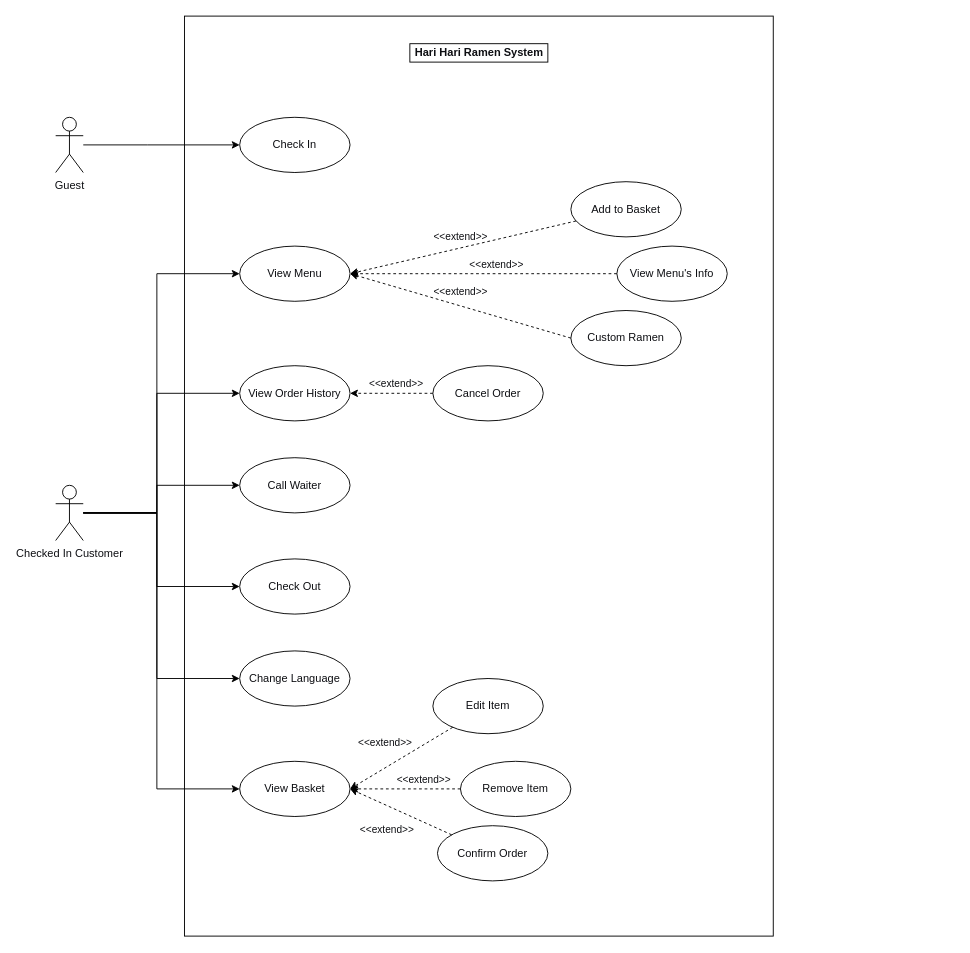
The draw.io diagram page "Use Case Diagram" (3 of 3) of Document/Design Diagram.drawio in PiriyaDEV/harihari-ramen, before the edit. Source tidied: cells renumbered, new cells numbered last; positions are measured from the earlier drawing's top-left corner, leaving out a move shared by most shapes. Both pictures are drawn from the tidied source at 92%, with x=0, y=0 at pixel (55, 16).
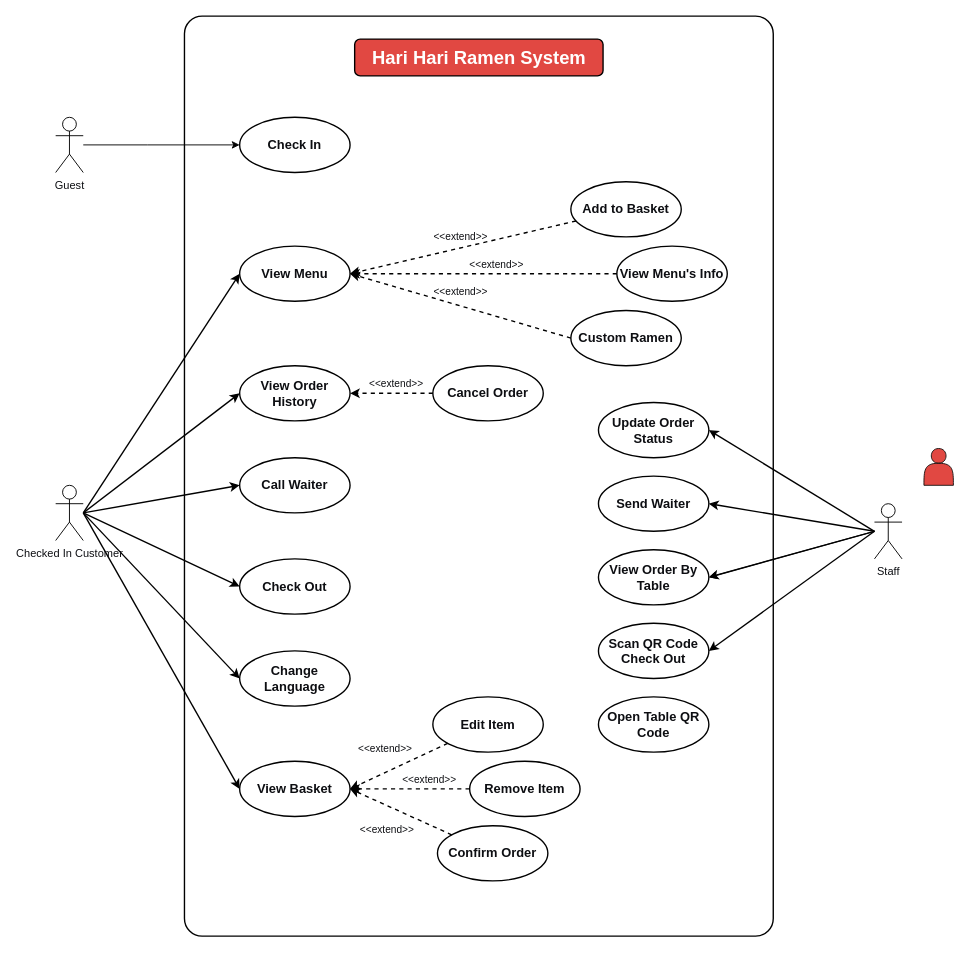
The same diagram, later.

Commit message (it also covers changes not shown here):
Add staff use cases

Unchanged cells that the change refers to:
```xml
<mxCell id="9" value="Checked In Customer" style="shape=umlActor;verticalLabelPosition=bottom;verticalAlign=top;html=1;strokeColor=#000000;fontColor=#0D0E12;" parent="1" vertex="1">
  <mxGeometry y="510" width="30" height="60" as="geometry" />
</mxCell>
```

What changed in the source:
```diff
@@
-<mxGraphModel>
+<mxGraphModel background="#ffffff">
@@
-    <mxCell id="2" style="html=1;fillColor=#FFFFFF;strokeColor=#000000;fontColor=#0D0E12;" parent="1" vertex="1">
+    <mxCell id="2" style="html=1;fillColor=#FFFFFF;strokeColor=#000000;fontColor=#0D0E12;imageWidth=24;rounded=1;arcSize=3;strokeWidth=1.5;" parent="1" vertex="1">
       <mxGeometry x="140" width="640" height="1000" as="geometry" />
     </mxCell>
-    <mxCell id="3" style="edgeStyle=orthogonalEdgeStyle;rounded=0;jettySize=auto;html=1;entryX=0;entryY=0.5;entryDx=0;entryDy=0;strokeColor=#000000;fontColor=#0D0E12;" parent="1" edge="1" source="9" target="13">
+    <mxCell id="3" style="rounded=0;jettySize=auto;html=1;entryX=0;entryY=0.5;entryDx=0;entryDy=0;strokeColor=#000000;fontColor=#0D0E12;strokeWidth=1.5;" parent="1" edge="1" target="13">
       <mxGeometry relative="1" as="geometry">
-        <Array as="points">
-          <mxPoint x="110" y="540" />
-          <mxPoint x="110" y="280" />
-        </Array>
+        <mxPoint x="30" y="540" as="sourcePoint" />
       </mxGeometry>
     </mxCell>
-    <mxCell id="4" style="edgeStyle=orthogonalEdgeStyle;rounded=0;jettySize=auto;html=1;entryX=0;entryY=0.5;entryDx=0;entryDy=0;strokeColor=#000000;fontColor=#0D0E12;" parent="1" edge="1" source="9" target="12">
+    <mxCell id="4" style="rounded=0;jettySize=auto;html=1;entryX=0;entryY=0.5;entryDx=0;entryDy=0;strokeColor=#000000;fontColor=#0D0E12;strokeWidth=1.5;" parent="1" edge="1" target="12">
       <mxGeometry relative="1" as="geometry">
-        <Array as="points">
-          <mxPoint x="110" y="540" />
-          <mxPoint x="110" y="410" />
-        </Array>
+        <mxPoint x="30" y="540" as="sourcePoint" />
       </mxGeometry>
     </mxCell>
-    <mxCell id="5" style="edgeStyle=orthogonalEdgeStyle;rounded=0;jettySize=auto;html=1;entryX=0;entryY=0.5;entryDx=0;entryDy=0;strokeColor=#000000;fontColor=#0D0E12;" parent="1" edge="1" source="9" target="11">
-      <mxGeometry relative="1" as="geometry">
-        <Array as="points">
-          <mxPoint x="110" y="540" />
-          <mxPoint x="110" y="510" />
-        </Array>
-      </mxGeometry>
-    </mxCell>
-    <mxCell id="6" style="edgeStyle=orthogonalEdgeStyle;rounded=0;jettySize=auto;html=1;entryX=0;entryY=0.5;entryDx=0;entryDy=0;strokeColor=#000000;fontColor=#0D0E12;" parent="1" edge="1" source="9" target="14">
+    <mxCell id="6" style="rounded=0;jettySize=auto;html=1;entryX=0;entryY=0.5;entryDx=0;entryDy=0;strokeColor=#000000;fontColor=#0D0E12;strokeWidth=1.5;" parent="1" edge="1" target="14">
       <mxGeometry relative="1" as="geometry">
-        <Array as="points">
-          <mxPoint x="110" y="540" />
-          <mxPoint x="110" y="620" />
-        </Array>
+        <mxPoint x="30" y="540" as="sourcePoint" />
       </mxGeometry>
     </mxCell>
-    <mxCell id="7" style="edgeStyle=orthogonalEdgeStyle;rounded=0;jettySize=auto;html=1;entryX=0;entryY=0.5;entryDx=0;entryDy=0;strokeColor=#000000;fontColor=#0D0E12;" parent="1" edge="1" source="9" target="24">
+    <mxCell id="7" style="rounded=0;jettySize=auto;html=1;entryX=0;entryY=0.5;entryDx=0;entryDy=0;strokeColor=#000000;fontColor=#0D0E12;strokeWidth=1.5;" parent="1" edge="1" target="24">
       <mxGeometry relative="1" as="geometry">
-        <Array as="points">
-          <mxPoint x="110" y="540" />
-          <mxPoint x="110" y="720" />
-        </Array>
+        <mxPoint x="30" y="540" as="sourcePoint" />
       </mxGeometry>
     </mxCell>
-    <mxCell id="8" style="edgeStyle=orthogonalEdgeStyle;rounded=0;jettySize=auto;html=1;entryX=0;entryY=0.5;entryDx=0;entryDy=0;strokeColor=#000000;fontColor=#0D0E12;" parent="1" edge="1" source="9" target="25">
+    <mxCell id="8" style="rounded=0;jettySize=auto;html=1;entryX=0;entryY=0.5;entryDx=0;entryDy=0;strokeColor=#000000;fontColor=#0D0E12;strokeWidth=1.5;" parent="1" edge="1" target="25">
       <mxGeometry relative="1" as="geometry">
-        <Array as="points">
-          <mxPoint x="110" y="540" />
-          <mxPoint x="110" y="840" />
-        </Array>
+        <mxPoint x="30" y="540" as="sourcePoint" />
       </mxGeometry>
     </mxCell>
+    <mxCell id="34" style="edgeStyle=none;html=1;strokeColor=#000000;entryX=0;entryY=0.5;entryDx=0;entryDy=0;strokeWidth=1.5;" parent="1" edge="1" target="11">
+      <mxGeometry relative="1" as="geometry">
+        <mxPoint x="30" y="540" as="sourcePoint" />
+      </mxGeometry>
+    </mxCell>
@@
-    <mxCell id="10" value="Check In" style="ellipse;whiteSpace=wrap;html=1;strokeColor=#000000;fontColor=#0D0E12;fillColor=none;" parent="1" vertex="1">
+    <mxCell id="10" value="Check In" style="ellipse;whiteSpace=wrap;html=1;strokeColor=#000000;fontColor=#0D0E12;fillColor=none;fontSize=14;fontStyle=1;strokeWidth=1.5;" parent="1" vertex="1">
       <mxGeometry x="200" y="110" width="120" height="60" as="geometry" />
     </mxCell>
-    <mxCell id="11" value="Call Waiter" style="ellipse;whiteSpace=wrap;html=1;strokeColor=#000000;fontColor=#0D0E12;fillColor=none;" parent="1" vertex="1">
+    <mxCell id="11" value="Call Waiter" style="ellipse;whiteSpace=wrap;html=1;strokeColor=#000000;fontColor=#0D0E12;fillColor=none;strokeWidth=1.5;fontStyle=1;fontSize=14;" parent="1" vertex="1">
       <mxGeometry x="200" y="480" width="120" height="60" as="geometry" />
     </mxCell>
-    <mxCell id="12" value="View Order History" style="ellipse;whiteSpace=wrap;html=1;strokeColor=#000000;fontColor=#0D0E12;fillColor=none;" parent="1" vertex="1">
+    <mxCell id="12" value="View Order History" style="ellipse;whiteSpace=wrap;html=1;strokeColor=#000000;fontColor=#0D0E12;fillColor=none;fontSize=14;fontStyle=1;strokeWidth=1.5;" parent="1" vertex="1">
       <mxGeometry x="200" y="380" width="120" height="60" as="geometry" />
     </mxCell>
-    <mxCell id="13" value="View Menu" style="ellipse;whiteSpace=wrap;html=1;strokeColor=#000000;fontColor=#0D0E12;fillColor=none;" parent="1" vertex="1">
+    <mxCell id="13" value="View Menu" style="ellipse;whiteSpace=wrap;html=1;strokeColor=#000000;fontColor=#0D0E12;fillColor=none;fontSize=14;fontStyle=1;strokeWidth=1.5;" parent="1" vertex="1">
       <mxGeometry x="200" y="250" width="120" height="60" as="geometry" />
     </mxCell>
-    <mxCell id="14" value="Check Out" style="ellipse;whiteSpace=wrap;html=1;strokeColor=#000000;fontColor=#0D0E12;fillColor=none;" parent="1" vertex="1">
+    <mxCell id="14" value="Check Out" style="ellipse;whiteSpace=wrap;html=1;strokeColor=#000000;fontColor=#0D0E12;fillColor=none;strokeWidth=1.5;fontStyle=1;fontSize=14;" parent="1" vertex="1">
       <mxGeometry x="200" y="590" width="120" height="60" as="geometry" />
     </mxCell>
-    <mxCell id="15" value="&amp;lt;&amp;lt;extend&amp;gt;&amp;gt;" style="rounded=0;jettySize=auto;html=1;dashed=1;exitX=0;exitY=0.5;exitDx=0;exitDy=0;strokeColor=#000000;fontColor=#0D0E12;labelBackgroundColor=none;" parent="1" edge="1" source="16">
+    <mxCell id="15" value="&amp;lt;&amp;lt;extend&amp;gt;&amp;gt;" style="rounded=0;jettySize=auto;html=1;dashed=1;exitX=0;exitY=0.5;exitDx=0;exitDy=0;strokeColor=#000000;fontColor=#0D0E12;labelBackgroundColor=none;strokeWidth=1.5;" parent="1" edge="1" source="16">
       <mxGeometry x="0.03" y="-14" relative="1" as="geometry">
         <mxPoint x="320" y="280" as="targetPoint" />
       </mxGeometry>
     </mxCell>
-    <mxCell id="16" value="Custom Ramen" style="ellipse;whiteSpace=wrap;html=1;strokeColor=#000000;fontColor=#0D0E12;fillColor=none;" parent="1" vertex="1">
+    <mxCell id="16" value="Custom Ramen" style="ellipse;whiteSpace=wrap;html=1;strokeColor=#000000;fontColor=#0D0E12;fillColor=none;fontSize=14;fontStyle=1;strokeWidth=1.5;" parent="1" vertex="1">
       <mxGeometry x="560" y="320" width="120" height="60" as="geometry" />
     </mxCell>
@@
-    <mxCell id="19" value="&lt;b&gt;Hari Hari Ramen System&lt;/b&gt;" style="text;html=1;align=center;verticalAlign=middle;strokeColor=#000000;fontColor=#0D0E12;" parent="1" vertex="1">
-      <mxGeometry x="385" y="30" width="150" height="20" as="geometry" />
+    <mxCell id="19" value="&lt;b&gt;&lt;font style=&quot;font-size: 20px&quot; color=&quot;#ffffff&quot;&gt;Hari Hari Ramen System&lt;/font&gt;&lt;/b&gt;" style="text;html=1;align=center;verticalAlign=middle;strokeColor=#000000;fontColor=#0D0E12;fillColor=#E14842;rounded=1;strokeWidth=1.5;imageWidth=40;imageHeight=35;spacingTop=7;spacingBottom=7;spacingLeft=10;spacingRight=10;" parent="1" vertex="1">
+      <mxGeometry x="325" y="25" width="270" height="40" as="geometry" />
     </mxCell>
-    <mxCell id="20" value="&amp;lt;&amp;lt;extend&amp;gt;&amp;gt;" style="rounded=0;jettySize=auto;html=1;dashed=1;entryX=1;entryY=0.5;entryDx=0;entryDy=0;strokeColor=#000000;fontColor=#0D0E12;labelBackgroundColor=none;" parent="1" edge="1" source="21" target="13">
+    <mxCell id="20" value="&amp;lt;&amp;lt;extend&amp;gt;&amp;gt;" style="rounded=0;jettySize=auto;html=1;dashed=1;entryX=1;entryY=0.5;entryDx=0;entryDy=0;strokeColor=#000000;fontColor=#0D0E12;labelBackgroundColor=none;strokeWidth=1.5;" parent="1" edge="1" source="21" target="13">
       <mxGeometry y="-12" relative="1" as="geometry" />
     </mxCell>
-    <mxCell id="21" value="Add to Basket" style="ellipse;whiteSpace=wrap;html=1;strokeColor=#000000;fontColor=#0D0E12;fillColor=none;" parent="1" vertex="1">
+    <mxCell id="21" value="&lt;font style=&quot;font-size: 14px&quot;&gt;&lt;b&gt;Add to Basket&lt;/b&gt;&lt;/font&gt;" style="ellipse;whiteSpace=wrap;html=1;strokeColor=#000000;fontColor=#0D0E12;strokeWidth=1.5;fillColor=none;" parent="1" vertex="1">
       <mxGeometry x="560" y="180" width="120" height="60" as="geometry" />
     </mxCell>
-    <mxCell id="22" value="&amp;lt;&amp;lt;extend&amp;gt;&amp;gt;" style="rounded=0;jettySize=auto;html=1;entryX=1;entryY=0.5;entryDx=0;entryDy=0;dashed=1;exitX=0;exitY=0.5;exitDx=0;exitDy=0;edgeStyle=orthogonalEdgeStyle;strokeColor=#000000;fontColor=#0D0E12;labelBackgroundColor=none;" parent="1" edge="1" source="23" target="13">
+    <mxCell id="22" value="&amp;lt;&amp;lt;extend&amp;gt;&amp;gt;" style="rounded=0;jettySize=auto;html=1;entryX=1;entryY=0.5;entryDx=0;entryDy=0;dashed=1;exitX=0;exitY=0.5;exitDx=0;exitDy=0;edgeStyle=orthogonalEdgeStyle;strokeColor=#000000;fontColor=#0D0E12;labelBackgroundColor=none;strokeWidth=1.5;" parent="1" edge="1" source="23" target="13">
       <mxGeometry x="-0.1" y="-10" relative="1" as="geometry" />
     </mxCell>
-    <mxCell id="23" value="View Menu's Info" style="ellipse;whiteSpace=wrap;html=1;strokeColor=#000000;fontColor=#0D0E12;fillColor=none;" parent="1" vertex="1">
+    <mxCell id="23" value="&lt;font style=&quot;font-size: 14px&quot;&gt;&lt;b&gt;View Menu's Info&lt;/b&gt;&lt;/font&gt;" style="ellipse;whiteSpace=wrap;html=1;strokeColor=#000000;fontColor=#0D0E12;fillColor=none;strokeWidth=1.5;" parent="1" vertex="1">
       <mxGeometry x="610" y="250" width="120" height="60" as="geometry" />
     </mxCell>
-    <mxCell id="24" value="Change Language" style="ellipse;whiteSpace=wrap;html=1;strokeColor=#000000;fontColor=#0D0E12;fillColor=none;" parent="1" vertex="1">
+    <mxCell id="24" value="Change Language" style="ellipse;whiteSpace=wrap;html=1;strokeColor=#000000;fontColor=#0D0E12;fillColor=none;strokeWidth=1.5;fontStyle=1;fontSize=14;" parent="1" vertex="1">
       <mxGeometry x="200" y="690" width="120" height="60" as="geometry" />
     </mxCell>
-    <mxCell id="25" value="View Basket" style="ellipse;whiteSpace=wrap;html=1;strokeColor=#000000;fontColor=#0D0E12;fillColor=none;" parent="1" vertex="1">
+    <mxCell id="25" value="View Basket" style="ellipse;whiteSpace=wrap;html=1;strokeColor=#000000;fontColor=#0D0E12;fillColor=none;strokeWidth=1.5;fontStyle=1;fontSize=14;" parent="1" vertex="1">
       <mxGeometry x="200" y="810" width="120" height="60" as="geometry" />
     </mxCell>
-    <mxCell id="26" value="&amp;lt;&amp;lt;extend&amp;gt;&amp;gt;" style="edgeStyle=none;rounded=0;jettySize=auto;html=1;dashed=1;entryX=1;entryY=0.5;entryDx=0;entryDy=0;strokeColor=#000000;fontColor=#0D0E12;labelBackgroundColor=none;" parent="1" edge="1" source="27" target="25">
+    <mxCell id="26" value="&amp;lt;&amp;lt;extend&amp;gt;&amp;gt;" style="edgeStyle=none;rounded=0;jettySize=auto;html=1;dashed=1;entryX=1;entryY=0.5;entryDx=0;entryDy=0;strokeColor=#000000;fontColor=#0D0E12;labelBackgroundColor=none;strokeWidth=1.5;" parent="1" edge="1" source="27" target="25">
       <mxGeometry x="0.1" y="-24" relative="1" as="geometry" />
     </mxCell>
-    <mxCell id="27" value="Edit Item" style="ellipse;whiteSpace=wrap;html=1;strokeColor=#000000;fontColor=#0D0E12;fillColor=none;" parent="1" vertex="1">
-      <mxGeometry x="410" y="720" width="120" height="60" as="geometry" />
+    <mxCell id="27" value="Edit Item" style="ellipse;whiteSpace=wrap;html=1;strokeColor=#000000;fontColor=#0D0E12;fillColor=none;strokeWidth=1.5;fontStyle=1;fontSize=14;" parent="1" vertex="1">
+      <mxGeometry x="410" y="740" width="120" height="60" as="geometry" />
     </mxCell>
-    <mxCell id="28" value="&amp;lt;&amp;lt;extend&amp;gt;&amp;gt;" style="edgeStyle=none;rounded=0;jettySize=auto;html=1;entryX=1;entryY=0.5;entryDx=0;entryDy=0;dashed=1;strokeColor=#000000;fontColor=#0D0E12;labelBackgroundColor=none;" parent="1" edge="1" source="29" target="25">
+    <mxCell id="28" value="&amp;lt;&amp;lt;extend&amp;gt;&amp;gt;" style="edgeStyle=none;rounded=0;jettySize=auto;html=1;entryX=1;entryY=0.5;entryDx=0;entryDy=0;dashed=1;strokeColor=#000000;fontColor=#0D0E12;labelBackgroundColor=none;strokeWidth=1.5;" parent="1" edge="1" source="29" target="25">
       <mxGeometry x="0.1" y="24" relative="1" as="geometry" />
     </mxCell>
-    <mxCell id="29" value="Confirm Order" style="ellipse;whiteSpace=wrap;html=1;strokeColor=#000000;fontColor=#0D0E12;fillColor=none;" parent="1" vertex="1">
+    <mxCell id="29" value="Confirm Order" style="ellipse;whiteSpace=wrap;html=1;strokeColor=#000000;fontColor=#0D0E12;fillColor=none;strokeWidth=1.5;fontStyle=1;fontSize=14;" parent="1" vertex="1">
       <mxGeometry x="415" y="880" width="120" height="60" as="geometry" />
     </mxCell>
-    <mxCell id="30" value="&amp;lt;&amp;lt;extend&amp;gt;&amp;gt;" style="edgeStyle=none;rounded=0;jettySize=auto;html=1;entryX=1;entryY=0.5;entryDx=0;entryDy=0;dashed=1;strokeColor=#000000;fontColor=#0D0E12;labelBackgroundColor=none;" parent="1" edge="1" source="31" target="12">
+    <mxCell id="30" value="&amp;lt;&amp;lt;extend&amp;gt;&amp;gt;" style="edgeStyle=none;rounded=0;jettySize=auto;html=1;entryX=1;entryY=0.5;entryDx=0;entryDy=0;dashed=1;strokeColor=#000000;fontColor=#0D0E12;labelBackgroundColor=none;strokeWidth=1.5;" parent="1" edge="1" source="31" target="12">
       <mxGeometry x="-0.11" y="-10" relative="1" as="geometry" />
     </mxCell>
-    <mxCell id="31" value="Cancel Order" style="ellipse;whiteSpace=wrap;html=1;strokeColor=#000000;fontColor=#0D0E12;fillColor=none;" parent="1" vertex="1">
+    <mxCell id="31" value="Cancel Order" style="ellipse;whiteSpace=wrap;html=1;strokeColor=#000000;fontColor=#0D0E12;fillColor=none;fontSize=14;fontStyle=1;strokeWidth=1.5;" parent="1" vertex="1">
       <mxGeometry x="410" y="380" width="120" height="60" as="geometry" />
     </mxCell>
-    <mxCell id="32" value="&amp;lt;&amp;lt;extend&amp;gt;&amp;gt;" style="edgeStyle=orthogonalEdgeStyle;rounded=0;jettySize=auto;html=1;exitX=0;exitY=0.5;exitDx=0;exitDy=0;entryX=1;entryY=0.5;entryDx=0;entryDy=0;dashed=1;strokeColor=#000000;fontColor=#0D0E12;labelBackgroundColor=none;" parent="1" edge="1" source="33" target="25">
+    <mxCell id="32" value="&amp;lt;&amp;lt;extend&amp;gt;&amp;gt;" style="edgeStyle=orthogonalEdgeStyle;rounded=0;jettySize=auto;html=1;exitX=0;exitY=0.5;exitDx=0;exitDy=0;entryX=1;entryY=0.5;entryDx=0;entryDy=0;dashed=1;strokeColor=#000000;fontColor=#0D0E12;labelBackgroundColor=none;strokeWidth=1.5;" parent="1" edge="1" source="33" target="25">
       <mxGeometry x="-0.33" y="-10" relative="1" as="geometry" />
     </mxCell>
-    <mxCell id="33" value="Remove Item" style="ellipse;whiteSpace=wrap;html=1;strokeColor=#000000;fontColor=#0D0E12;fillColor=none;" parent="1" vertex="1">
-      <mxGeometry x="440" y="810" width="120" height="60" as="geometry" />
+    <mxCell id="33" value="Remove Item" style="ellipse;whiteSpace=wrap;html=1;strokeColor=#000000;fontColor=#0D0E12;fillColor=none;strokeWidth=1.5;fontStyle=1;fontSize=14;" parent="1" vertex="1">
+      <mxGeometry x="450" y="810" width="120" height="60" as="geometry" />
     </mxCell>
+    <mxCell id="35" style="edgeStyle=none;html=1;entryX=1;entryY=0.5;entryDx=0;entryDy=0;strokeColor=#000000;strokeWidth=1.5;" parent="1" edge="1" target="40">
+      <mxGeometry relative="1" as="geometry">
+        <mxPoint x="890" y="560" as="sourcePoint" />
+      </mxGeometry>
+    </mxCell>
+    <mxCell id="36" style="edgeStyle=none;html=1;entryX=1;entryY=0.5;entryDx=0;entryDy=0;strokeColor=#000000;" parent="1" edge="1" target="42">
+      <mxGeometry relative="1" as="geometry">
+        <mxPoint x="890" y="560" as="sourcePoint" />
+      </mxGeometry>
+    </mxCell>
+    <mxCell id="37" style="edgeStyle=none;html=1;entryX=1;entryY=0.5;entryDx=0;entryDy=0;strokeColor=#000000;strokeWidth=1.5;" parent="1" edge="1" target="41">
+      <mxGeometry relative="1" as="geometry">
+        <mxPoint x="890" y="560" as="sourcePoint" />
+      </mxGeometry>
+    </mxCell>
+    <mxCell id="38" style="edgeStyle=none;html=1;entryX=1;entryY=0.5;entryDx=0;entryDy=0;strokeColor=#000000;strokeWidth=1.5;" parent="1" edge="1" target="43">
+      <mxGeometry relative="1" as="geometry">
+        <mxPoint x="890" y="560" as="sourcePoint" />
+      </mxGeometry>
+    </mxCell>
+    <mxCell id="39" value="Staff" style="shape=umlActor;verticalLabelPosition=bottom;verticalAlign=top;html=1;strokeColor=#000000;fontColor=#0D0E12;" parent="1" vertex="1">
+      <mxGeometry x="890" y="530" width="30" height="60" as="geometry" />
+    </mxCell>
+    <mxCell id="40" value="Update Order Status" style="ellipse;whiteSpace=wrap;html=1;strokeColor=#000000;fontColor=#0D0E12;fillColor=none;fontSize=14;fontStyle=1;strokeWidth=1.5;" parent="1" vertex="1">
+      <mxGeometry x="590" y="420" width="120" height="60" as="geometry" />
+    </mxCell>
+    <mxCell id="41" value="Send Waiter" style="ellipse;whiteSpace=wrap;html=1;strokeColor=#000000;fontColor=#0D0E12;fillColor=none;fontSize=14;fontStyle=1;strokeWidth=1.5;" parent="1" vertex="1">
+      <mxGeometry x="590" y="500" width="120" height="60" as="geometry" />
+    </mxCell>
+    <mxCell id="42" value="View Order By Table" style="ellipse;whiteSpace=wrap;html=1;strokeColor=#000000;fontColor=#0D0E12;fillColor=none;strokeWidth=1.5;fontStyle=1;fontSize=14;" parent="1" vertex="1">
+      <mxGeometry x="590" y="580" width="120" height="60" as="geometry" />
+    </mxCell>
+    <mxCell id="43" value="Scan QR Code Check Out" style="ellipse;whiteSpace=wrap;html=1;strokeColor=#000000;fontColor=#0D0E12;fillColor=none;strokeWidth=1.5;fontStyle=1;fontSize=14;" parent="1" vertex="1">
+      <mxGeometry x="590" y="660" width="120" height="60" as="geometry" />
+    </mxCell>
+    <mxCell id="44" style="edgeStyle=none;html=1;entryX=1;entryY=0.5;entryDx=0;entryDy=0;strokeColor=#000000;strokeWidth=1.5;" parent="1" edge="1" target="42">
+      <mxGeometry relative="1" as="geometry">
+        <mxPoint x="890" y="560" as="sourcePoint" />
+      </mxGeometry>
+    </mxCell>
+    <mxCell id="45" value="Open Table QR Code" style="ellipse;whiteSpace=wrap;html=1;strokeColor=#000000;fontColor=#0D0E12;fillColor=none;strokeWidth=1.5;fontStyle=1;fontSize=14;" parent="1" vertex="1">
+      <mxGeometry x="590" y="740" width="120" height="60" as="geometry" />
+    </mxCell>
+    <mxCell id="46" style="shape=actor;whiteSpace=wrap;html=1;fillColor=#E14842;strokeColor=#191312;" parent="1" vertex="1">
+      <mxGeometry x="943.8" y="470" width="32" height="40" as="geometry" />
+    </mxCell>
```
